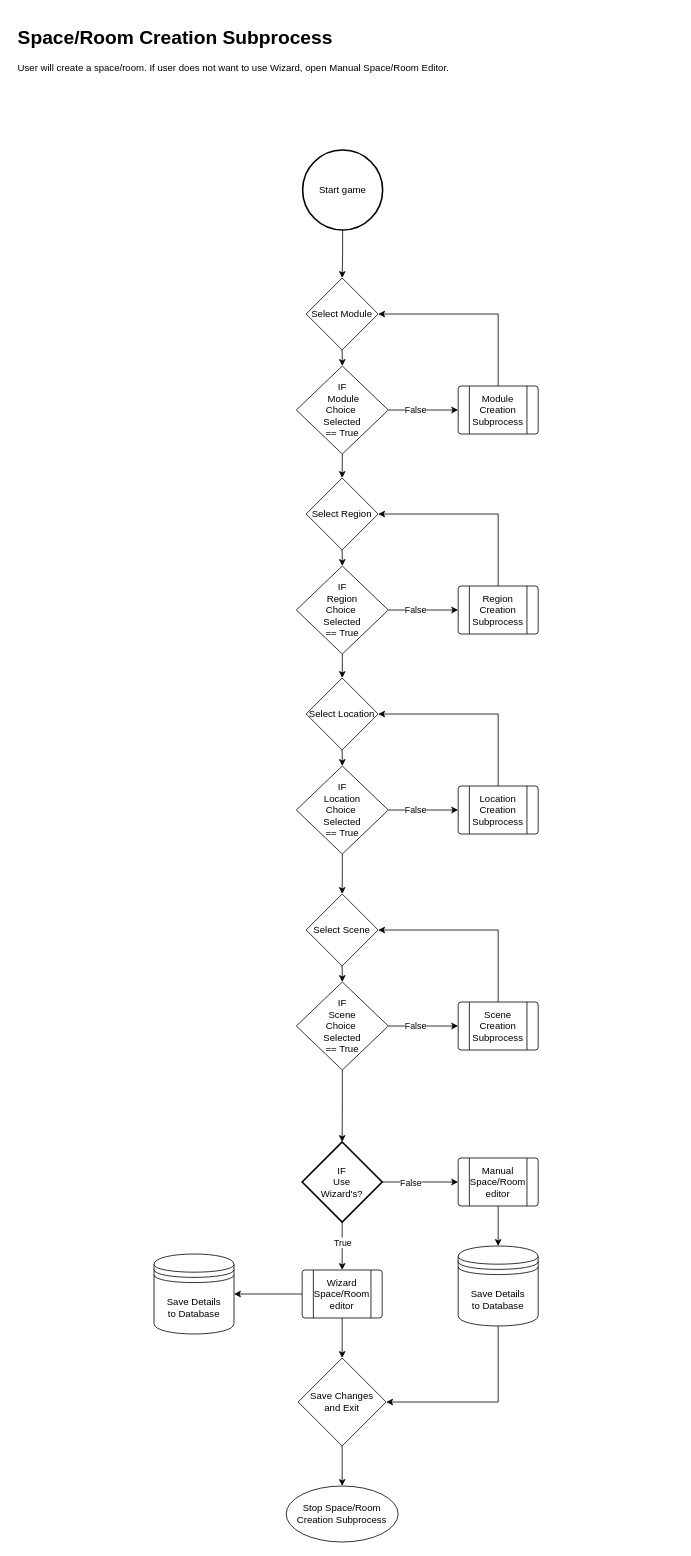
Above: Phase2/Flowcharts/modgodToolset/ModGod/Creation/Space_Room/ModGodSpaceRoomCreation.drawio in RPG-Research/bcirpg (draw.io), before the change. Source tidied: cells renumbered, new cells numbered last; positions are measured from the earlier drawing's top-left corner, leaving out a move shared by most shapes. Both pictures are drawn from the tidied source at 80%, with x=0, y=0 at pixel (14, 22).
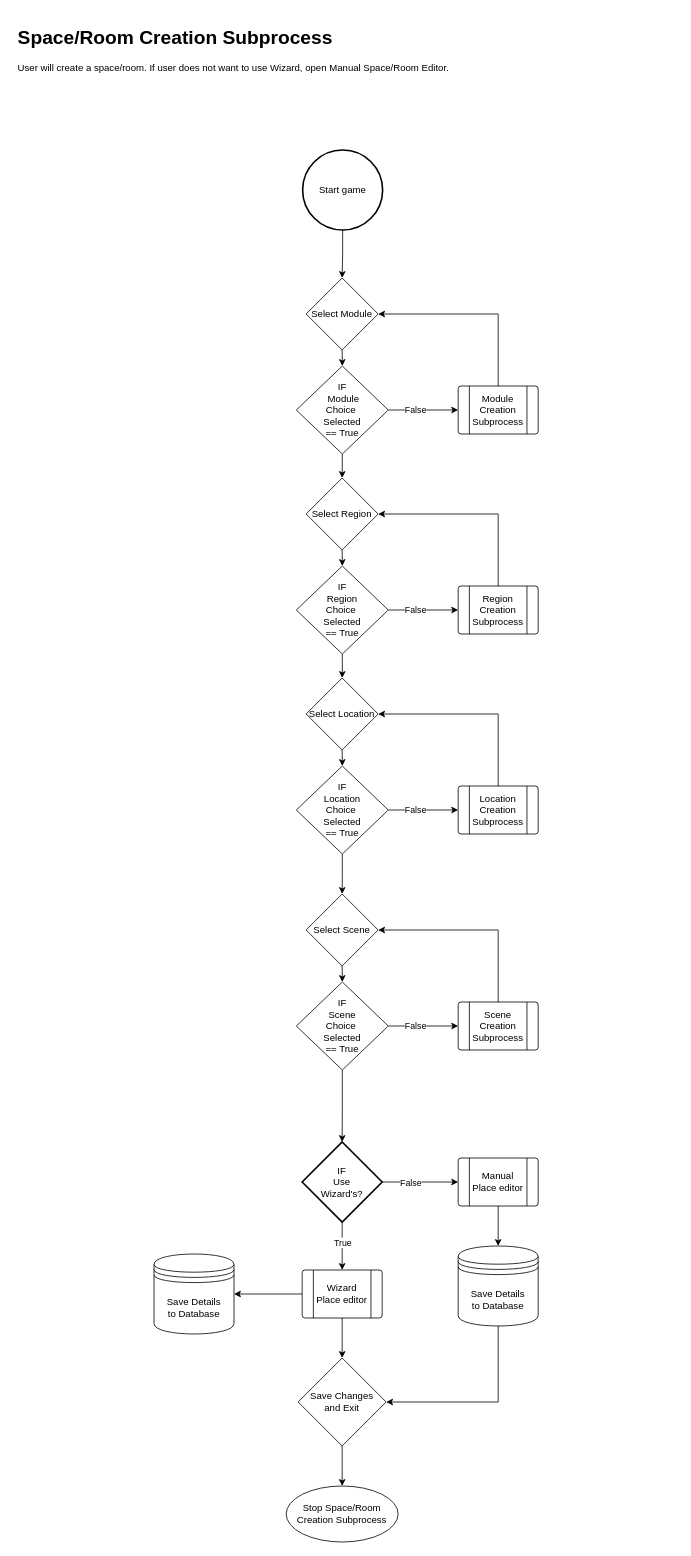
The same page after the edit.

Diff of the diagram source:
```diff
@@
-    <mxCell id="40" value="Wizard&lt;br&gt;Space/Room editor" style="verticalLabelPosition=middle;verticalAlign=middle;html=1;shape=process;whiteSpace=wrap;rounded=1;size=0.14;arcSize=6;labelPosition=center;align=center;" parent="1" vertex="1">
+    <mxCell id="40" value="Wizard&lt;br&gt;Place editor" style="verticalLabelPosition=middle;verticalAlign=middle;html=1;shape=process;whiteSpace=wrap;rounded=1;size=0.14;arcSize=6;labelPosition=center;align=center;" parent="1" vertex="1">
       <mxGeometry x="360.2" y="1560" width="100" height="60" as="geometry" />
     </mxCell>
@@
-    <mxCell id="47" value="Manual&lt;br&gt;Space/Room editor" style="verticalLabelPosition=middle;verticalAlign=middle;html=1;shape=process;whiteSpace=wrap;rounded=1;size=0.14;arcSize=6;labelPosition=center;align=center;" parent="1" vertex="1">
+    <mxCell id="47" value="Manual&lt;br&gt;Place editor" style="verticalLabelPosition=middle;verticalAlign=middle;html=1;shape=process;whiteSpace=wrap;rounded=1;size=0.14;arcSize=6;labelPosition=center;align=center;" parent="1" vertex="1">
       <mxGeometry x="555.2" y="1420" width="100" height="60" as="geometry" />
     </mxCell>
```
